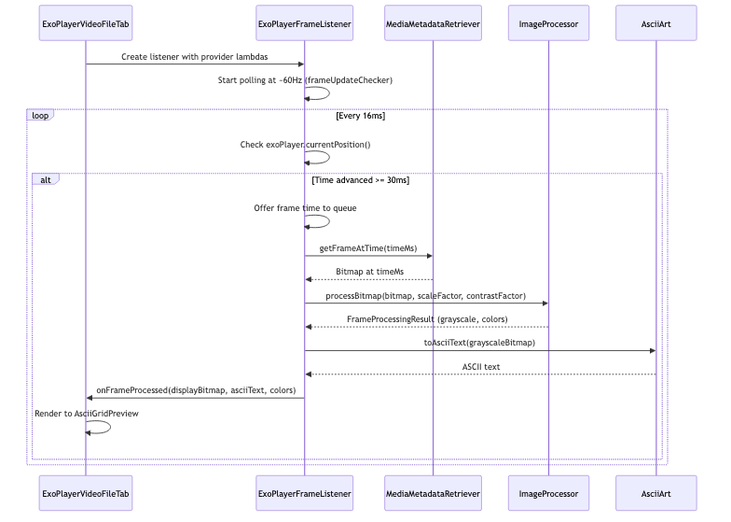
Earlier version of the Mermaid export docs/sequence-video-file.png (replicant1/AsciiArt). Its source is kept beside it as docs/sequence-video-file.mmd. Source of this version:
```mermaid
sequenceDiagram
    participant UI as ExoPlayerVideoFileTab
    participant EFL as ExoPlayerFrameListener
    participant EMR as MediaMetadataRetriever
    participant IP as ImageProcessor
    participant AA as AsciiArt

    UI->>EFL: Create listener with provider lambdas
    EFL->>EFL: Start polling at ~60Hz (frameUpdateChecker)
    loop Every 16ms
        EFL->>EFL: Check exoPlayer.currentPosition()
        alt Time advanced >= 30ms
            EFL->>EFL: Offer frame time to queue
            EFL->>EMR: getFrameAtTime(timeMs)
            EMR-->>EFL: Bitmap at timeMs
            EFL->>IP: processBitmap(bitmap, scaleFactor, contrastFactor)
            IP-->>EFL: FrameProcessingResult (grayscale, colors)
            EFL->>AA: toAsciiText(grayscaleBitmap)
            AA-->>EFL: ASCII text
            EFL->>UI: onFrameProcessed(displayBitmap, asciiText, colors)
            UI->>UI: Render to AsciiGridPreview
        end
    end
```
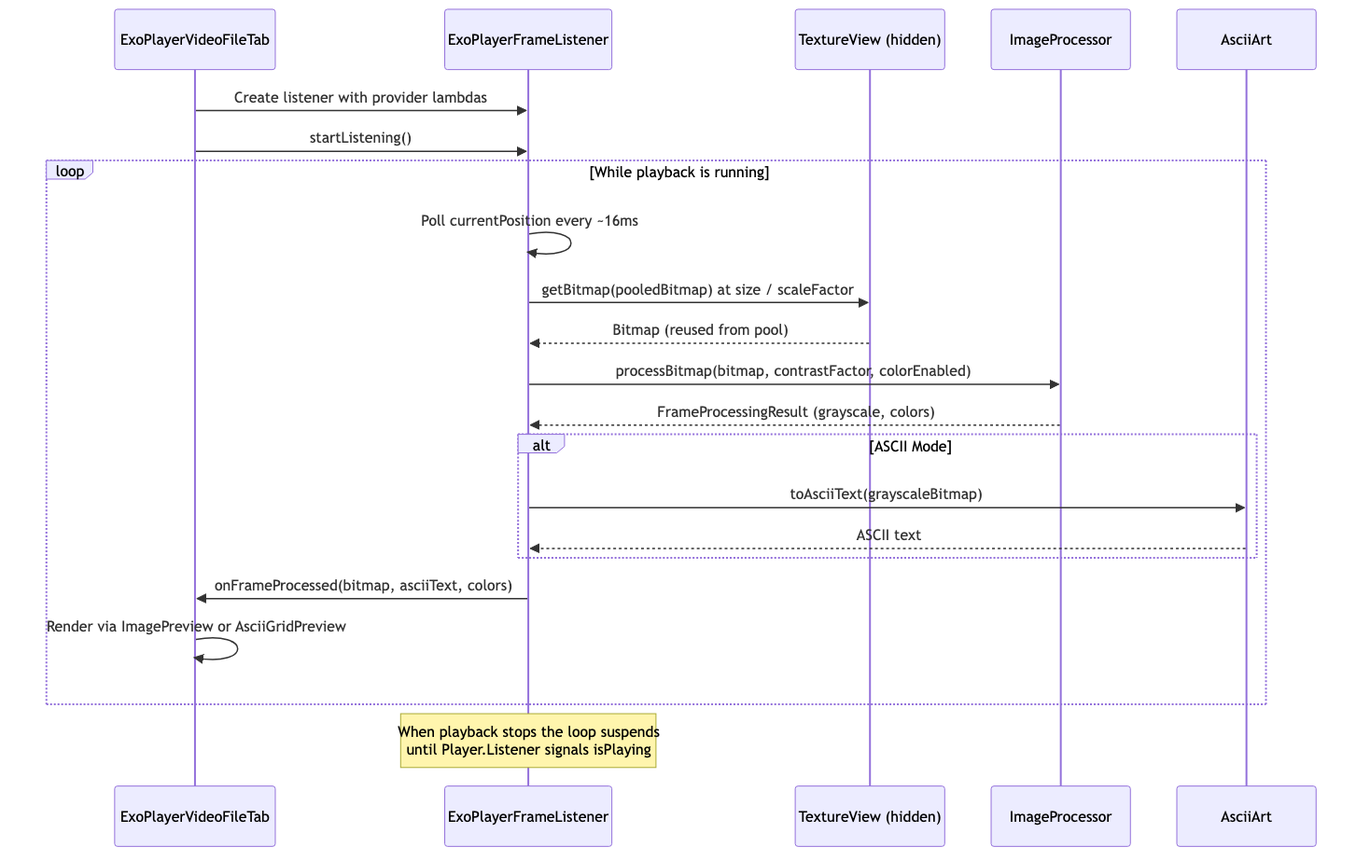
After the commit.

Diff of the diagram source:
```diff
@@ -1,23 +1,23 @@
 sequenceDiagram
     participant UI as ExoPlayerVideoFileTab
     participant EFL as ExoPlayerFrameListener
-    participant EMR as MediaMetadataRetriever
+    participant TV as TextureView (hidden)
     participant IP as ImageProcessor
     participant AA as AsciiArt
 
     UI->>EFL: Create listener with provider lambdas
-    EFL->>EFL: Start polling at ~60Hz (frameUpdateChecker)
-    loop Every 16ms
-        EFL->>EFL: Check exoPlayer.currentPosition()
-        alt Time advanced >= 30ms
-            EFL->>EFL: Offer frame time to queue
-            EFL->>EMR: getFrameAtTime(timeMs)
-            EMR-->>EFL: Bitmap at timeMs
-            EFL->>IP: processBitmap(bitmap, scaleFactor, contrastFactor)
-            IP-->>EFL: FrameProcessingResult (grayscale, colors)
+    UI->>EFL: startListening()
+    loop While playback is running
+        EFL->>EFL: Poll currentPosition every ~16ms
+        EFL->>TV: getBitmap(pooledBitmap) at size / scaleFactor
+        TV-->>EFL: Bitmap (reused from pool)
+        EFL->>IP: processBitmap(bitmap, contrastFactor, colorEnabled)
+        IP-->>EFL: FrameProcessingResult (grayscale, colors)
+        alt ASCII Mode
             EFL->>AA: toAsciiText(grayscaleBitmap)
             AA-->>EFL: ASCII text
-            EFL->>UI: onFrameProcessed(displayBitmap, asciiText, colors)
-            UI->>UI: Render to AsciiGridPreview
         end
+        EFL->>UI: onFrameProcessed(bitmap, asciiText, colors)
+        UI->>UI: Render via ImagePreview or AsciiGridPreview
     end
+    Note over EFL: When playback stops the loop suspends<br/>until Player.Listener signals isPlaying
```
